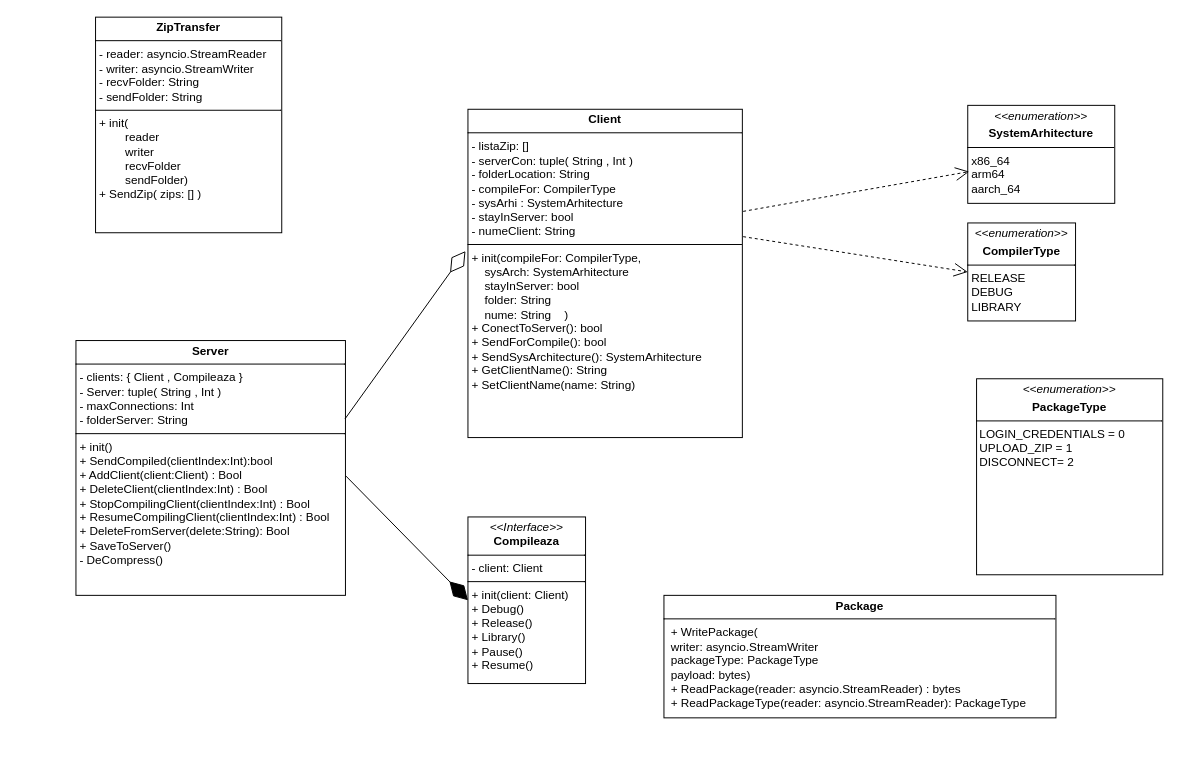
Above: uml.drawio in pentrudiverse02-design/appCompilare (draw.io), before the change. Source tidied: cells renumbered, new cells numbered last; positions are measured from the earlier drawing's top-left corner, leaving out a move shared by most shapes. Both pictures are drawn from the tidied source at 98%, with x=0, y=0 at pixel (75, 17).
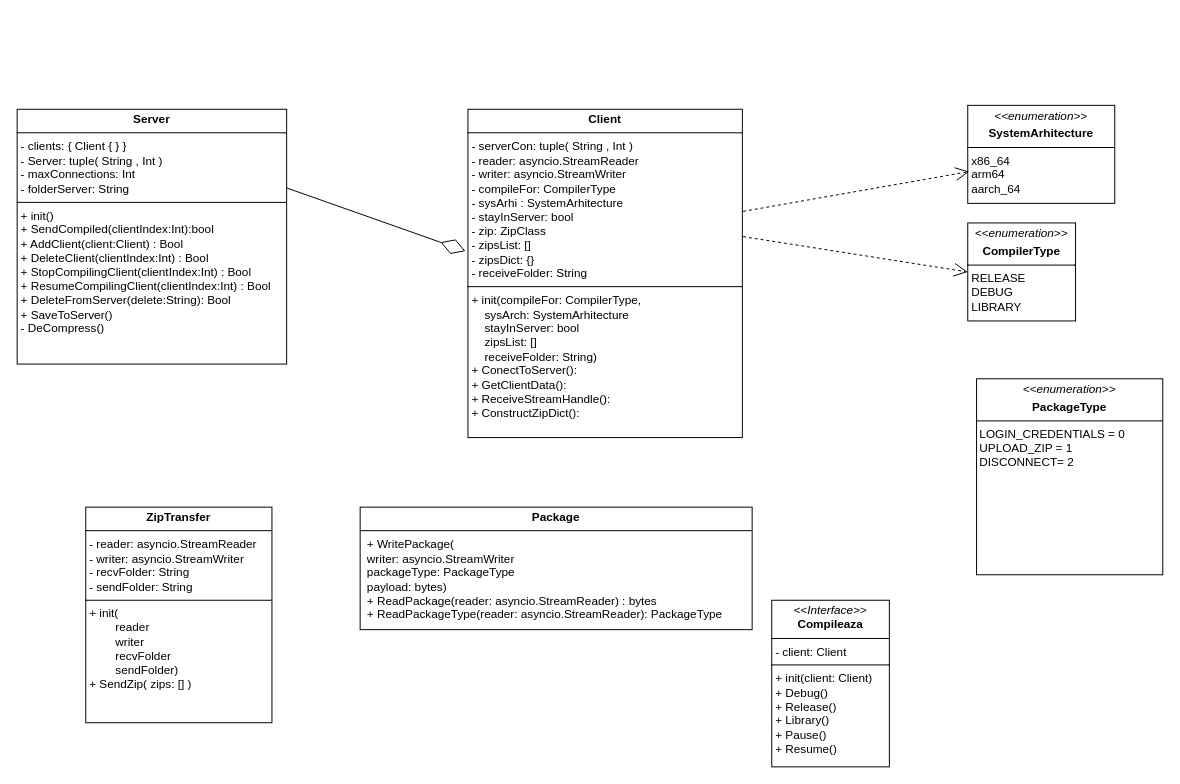
Above is the later version.

Diff of the diagram source:
```diff
@@
 <mxGraphModel>
   <root>
     <mxCell id="0" />
     <mxCell id="1" parent="0" />
     <mxCell id="2" value="&lt;p style=&quot;margin:0px;margin-top:4px;text-align:center;&quot;&gt;&lt;i&gt;&amp;lt;&amp;lt;enumeration&amp;gt;&amp;gt;&lt;/i&gt;&lt;/p&gt;&lt;p style=&quot;margin:0px;margin-top:4px;text-align:center;&quot;&gt;&lt;b&gt;CompilerType&lt;/b&gt;&lt;/p&gt;&lt;hr size=&quot;1&quot; style=&quot;border-style:solid;&quot;&gt;&lt;p style=&quot;margin:0px;margin-left:4px;&quot;&gt;RELEASE&lt;/p&gt;&lt;p style=&quot;margin:0px;margin-left:4px;&quot;&gt;DEBUG&lt;/p&gt;&lt;p style=&quot;margin:0px;margin-left:4px;&quot;&gt;LIBRARY&lt;/p&gt;" style="verticalAlign=top;align=left;overflow=fill;html=1;whiteSpace=wrap;" parent="1" vertex="1">
       <mxGeometry x="910" y="210" width="110" height="100" as="geometry" />
     </mxCell>
     <mxCell id="3" value="&lt;p style=&quot;margin:0px;margin-top:4px;text-align:center;&quot;&gt;&lt;i&gt;&amp;lt;&amp;lt;enumeration&amp;gt;&amp;gt;&lt;/i&gt;&lt;/p&gt;&lt;p style=&quot;margin:0px;margin-top:4px;text-align:center;&quot;&gt;&lt;b&gt;SystemArhitecture&lt;/b&gt;&lt;/p&gt;&lt;hr size=&quot;1&quot; style=&quot;border-style:solid;&quot;&gt;&lt;p style=&quot;margin:0px;margin-left:4px;&quot;&gt;x86_64&lt;/p&gt;&lt;p style=&quot;margin:0px;margin-left:4px;&quot;&gt;arm64&lt;/p&gt;&lt;p style=&quot;margin:0px;margin-left:4px;&quot;&gt;aarch_64&lt;/p&gt;" style="verticalAlign=top;align=left;overflow=fill;html=1;whiteSpace=wrap;" parent="1" vertex="1">
       <mxGeometry x="910" y="90" width="150" height="100" as="geometry" />
     </mxCell>
-    <mxCell id="4" value="&lt;p style=&quot;margin:0px;margin-top:4px;text-align:center;&quot;&gt;&lt;b&gt;Client&lt;/b&gt;&lt;/p&gt;&lt;hr size=&quot;1&quot; style=&quot;border-style:solid;&quot;&gt;&lt;p style=&quot;margin:0px;margin-left:4px;&quot;&gt;- listaZip: []&lt;br&gt;- serverCon: tuple( String , Int )&amp;nbsp;&lt;br&gt;- folderLocation: String&lt;br&gt;- compileFor: CompilerType&lt;br&gt;- sysArhi : SystemArhitecture&lt;br&gt;- stayInServer: bool&lt;br&gt;- numeClient: String&lt;/p&gt;&lt;hr size=&quot;1&quot; style=&quot;border-style:solid;&quot;&gt;&lt;p style=&quot;margin:0px;margin-left:4px;&quot;&gt;+ init(compileFor: CompilerType,&lt;br&gt;&amp;nbsp; &amp;nbsp; sysArch: SystemArhitecture&lt;br&gt;&amp;nbsp; &amp;nbsp; stayInServer: bool&lt;br&gt;&amp;nbsp; &amp;nbsp; folder: String&lt;/p&gt;&lt;p style=&quot;margin:0px;margin-left:4px;&quot;&gt;&amp;nbsp; &amp;nbsp; nume: String&amp;nbsp; &amp;nbsp; )&lt;br&gt;+ ConectToServer(): bool&lt;br&gt;+ SendForCompile(): bool&lt;/p&gt;&lt;p style=&quot;margin:0px;margin-left:4px;&quot;&gt;+ SendSysArchitecture(): SystemArhitecture&lt;/p&gt;&lt;p style=&quot;margin:0px;margin-left:4px;&quot;&gt;+ GetClientName(): String&lt;/p&gt;&lt;p style=&quot;margin:0px;margin-left:4px;&quot;&gt;+ SetClientName(name: String)&lt;/p&gt;" style="verticalAlign=top;align=left;overflow=fill;html=1;whiteSpace=wrap;" parent="1" vertex="1">
+    <mxCell id="4" value="&lt;p style=&quot;margin:0px;margin-top:4px;text-align:center;&quot;&gt;&lt;b&gt;Client&lt;/b&gt;&lt;/p&gt;&lt;hr size=&quot;1&quot; style=&quot;border-style:solid;&quot;&gt;&lt;p style=&quot;margin:0px;margin-left:4px;&quot;&gt;- serverCon: tuple( String , Int )&amp;nbsp;&lt;br&gt;- reader: asyncio.StreamReader&lt;/p&gt;&lt;p style=&quot;margin:0px;margin-left:4px;&quot;&gt;- writer: asyncio.StreamWriter&lt;/p&gt;&lt;p style=&quot;margin:0px;margin-left:4px;&quot;&gt;- compileFor: CompilerType&lt;br&gt;- sysArhi : SystemArhitecture&lt;br&gt;- stayInServer: bool&lt;/p&gt;&lt;p style=&quot;margin:0px;margin-left:4px;&quot;&gt;- zip: ZipClass&lt;/p&gt;&lt;p style=&quot;margin:0px;margin-left:4px;&quot;&gt;&lt;/p&gt;&lt;p style=&quot;margin:0px;margin-left:4px;&quot;&gt;- zipsList: []&lt;/p&gt;&lt;p style=&quot;margin:0px;margin-left:4px;&quot;&gt;- zipsDict: {}&lt;/p&gt;&lt;p style=&quot;margin:0px;margin-left:4px;&quot;&gt;- receiveFolder: String&lt;/p&gt;&lt;hr size=&quot;1&quot; style=&quot;border-style:solid;&quot;&gt;&lt;p style=&quot;margin:0px;margin-left:4px;&quot;&gt;+ init(compileFor: CompilerType,&lt;br&gt;&amp;nbsp; &amp;nbsp; sysArch: SystemArhitecture&lt;br&gt;&amp;nbsp; &amp;nbsp; stayInServer: bool&lt;/p&gt;&lt;p style=&quot;margin:0px;margin-left:4px;&quot;&gt;&amp;nbsp; &amp;nbsp; zipsList: []&lt;br&gt;&amp;nbsp; &amp;nbsp; receiveFolder: String&lt;span style=&quot;background-color: initial;&quot;&gt;)&lt;/span&gt;&lt;/p&gt;&lt;p style=&quot;margin:0px;margin-left:4px;&quot;&gt;+ ConectToServer():&lt;/p&gt;&lt;p style=&quot;margin:0px;margin-left:4px;&quot;&gt;+ GetClientData():&lt;/p&gt;&lt;p style=&quot;margin:0px;margin-left:4px;&quot;&gt;+ ReceiveStreamHandle():&lt;/p&gt;&lt;p style=&quot;margin:0px;margin-left:4px;&quot;&gt;+ ConstructZipDict():&lt;/p&gt;" style="verticalAlign=top;align=left;overflow=fill;html=1;whiteSpace=wrap;" parent="1" vertex="1">
       <mxGeometry x="400" y="94" width="280" height="335" as="geometry" />
     </mxCell>
     <mxCell id="5" style="endArrow=open;endSize=12;dashed=1;html=1;rounded=0;exitX=1.003;exitY=0.388;exitDx=0;exitDy=0;entryX=0;entryY=0.5;entryDx=0;entryDy=0;exitPerimeter=0;" parent="1" edge="1" source="4" target="2">
       <mxGeometry relative="1" as="geometry" />
     </mxCell>
     <mxCell id="6" style="endArrow=open;endSize=12;dashed=1;html=1;rounded=0;exitX=1.003;exitY=0.311;exitDx=0;exitDy=0;entryX=0.01;entryY=0.676;entryDx=0;entryDy=0;exitPerimeter=0;entryPerimeter=0;" parent="1" edge="1" source="4" target="3">
       <mxGeometry relative="1" as="geometry" />
     </mxCell>
-    <mxCell id="7" value="&lt;p style=&quot;margin:0px;margin-top:4px;text-align:center;&quot;&gt;&lt;b&gt;Server&lt;/b&gt;&lt;/p&gt;&lt;hr size=&quot;1&quot; style=&quot;border-style:solid;&quot;&gt;&lt;p style=&quot;margin:0px;margin-left:4px;&quot;&gt;- clients: { Client , Compileaza }&lt;br&gt;- Server: tuple( String , Int )&amp;nbsp;&lt;br&gt;&lt;/p&gt;&lt;p style=&quot;margin:0px;margin-left:4px;&quot;&gt;- maxConnections: Int&lt;/p&gt;&lt;p style=&quot;margin:0px;margin-left:4px;&quot;&gt;- folderServer: String&lt;/p&gt;&lt;hr size=&quot;1&quot; style=&quot;border-style:solid;&quot;&gt;&lt;p style=&quot;margin:0px;margin-left:4px;&quot;&gt;+ init()&lt;br&gt;+ SendCompiled(clientIndex:Int):bool&lt;/p&gt;&lt;p style=&quot;margin:0px;margin-left:4px;&quot;&gt;+ AddClient(client:Client) : Bool&amp;nbsp; &amp;nbsp;&amp;nbsp;&lt;br&gt;+ DeleteClient(clientIndex:Int) : Bool&lt;br&gt;+ StopCompilingClient(clientIndex:Int) : Bool&amp;nbsp;&lt;br&gt;+ ResumeCompilingClient(clientIndex:Int) : Bool&lt;br&gt;+ DeleteFromServer(delete:String): Bool&lt;br&gt;+ SaveToServer()&lt;br&gt;- DeCompress()&lt;/p&gt;" style="verticalAlign=top;align=left;overflow=fill;html=1;whiteSpace=wrap;" parent="1" vertex="1">
-      <mxGeometry y="330" width="275" height="260" as="geometry" />
+    <mxCell id="7" value="&lt;p style=&quot;margin:0px;margin-top:4px;text-align:center;&quot;&gt;&lt;b&gt;Server&lt;/b&gt;&lt;/p&gt;&lt;hr size=&quot;1&quot; style=&quot;border-style:solid;&quot;&gt;&lt;p style=&quot;margin:0px;margin-left:4px;&quot;&gt;- clients: { Client { } }&lt;br&gt;- Server: tuple( String , Int )&amp;nbsp;&lt;br&gt;&lt;/p&gt;&lt;p style=&quot;margin:0px;margin-left:4px;&quot;&gt;- maxConnections: Int&lt;/p&gt;&lt;p style=&quot;margin:0px;margin-left:4px;&quot;&gt;- folderServer: String&lt;/p&gt;&lt;hr size=&quot;1&quot; style=&quot;border-style:solid;&quot;&gt;&lt;p style=&quot;margin:0px;margin-left:4px;&quot;&gt;+ init()&lt;br&gt;+ SendCompiled(clientIndex:Int):bool&lt;/p&gt;&lt;p style=&quot;margin:0px;margin-left:4px;&quot;&gt;+ AddClient(client:Client) : Bool&amp;nbsp; &amp;nbsp;&amp;nbsp;&lt;br&gt;+ DeleteClient(clientIndex:Int) : Bool&lt;br&gt;+ StopCompilingClient(clientIndex:Int) : Bool&amp;nbsp;&lt;br&gt;+ ResumeCompilingClient(clientIndex:Int) : Bool&lt;br&gt;+ DeleteFromServer(delete:String): Bool&lt;br&gt;+ SaveToServer()&lt;br&gt;- DeCompress()&lt;/p&gt;" style="verticalAlign=top;align=left;overflow=fill;html=1;whiteSpace=wrap;" parent="1" vertex="1">
+      <mxGeometry x="-60" y="94" width="275" height="260" as="geometry" />
     </mxCell>
     <mxCell id="8" value="&lt;p style=&quot;margin:0px;margin-top:4px;text-align:center;&quot;&gt;&lt;i&gt;&amp;lt;&amp;lt;Interface&amp;gt;&amp;gt;&lt;/i&gt;&lt;br&gt;&lt;b&gt;Compileaza&lt;/b&gt;&lt;/p&gt;&lt;hr size=&quot;1&quot; style=&quot;border-style:solid;&quot;&gt;&lt;p style=&quot;margin:0px;margin-left:4px;&quot;&gt;- client: Client&lt;/p&gt;&lt;hr size=&quot;1&quot; style=&quot;border-style:solid;&quot;&gt;&lt;p style=&quot;margin:0px;margin-left:4px;&quot;&gt;+ init(client: Client)&lt;/p&gt;&lt;p style=&quot;margin:0px;margin-left:4px;&quot;&gt;+ Debug()&lt;/p&gt;&lt;p style=&quot;margin:0px;margin-left:4px;&quot;&gt;+ Release()&lt;/p&gt;&lt;p style=&quot;margin:0px;margin-left:4px;&quot;&gt;+ Library()&lt;/p&gt;&lt;p style=&quot;margin:0px;margin-left:4px;&quot;&gt;+ Pause()&lt;/p&gt;&lt;p style=&quot;margin:0px;margin-left:4px;&quot;&gt;+ Resume()&lt;/p&gt;" style="verticalAlign=top;align=left;overflow=fill;html=1;whiteSpace=wrap;" parent="1" vertex="1">
-      <mxGeometry x="400" y="510" width="120" height="170" as="geometry" />
+      <mxGeometry x="710" y="595" width="120" height="170" as="geometry" />
     </mxCell>
     <mxCell id="9" style="endArrow=diamondThin;endFill=0;endSize=24;html=1;rounded=0;exitX=0.998;exitY=0.308;exitDx=0;exitDy=0;exitPerimeter=0;entryX=-0.009;entryY=0.432;entryDx=0;entryDy=0;entryPerimeter=0;" parent="1" edge="1" source="7" target="4">
       <mxGeometry relative="1" as="geometry" />
     </mxCell>
-    <mxCell id="10" style="endArrow=diamondThin;endFill=1;endSize=24;html=1;rounded=0;entryX=0;entryY=0.5;entryDx=0;entryDy=0;exitX=1.002;exitY=0.532;exitDx=0;exitDy=0;exitPerimeter=0;" parent="1" edge="1" source="7" target="8">
-      <mxGeometry relative="1" as="geometry" />
-    </mxCell>
     <mxCell id="11" value="&lt;p style=&quot;margin:0px;margin-top:4px;text-align:center;&quot;&gt;&lt;b&gt;ZipTransfer&lt;/b&gt;&lt;/p&gt;&lt;hr size=&quot;1&quot; style=&quot;border-style:solid;&quot;&gt;&lt;p style=&quot;margin:0px;margin-left:4px;&quot;&gt;- reader: asyncio.StreamReader&lt;br&gt;&lt;/p&gt;&lt;p style=&quot;margin:0px;margin-left:4px;&quot;&gt;- writer: asyncio.StreamWriter&lt;/p&gt;&lt;p style=&quot;margin:0px;margin-left:4px;&quot;&gt;- recvFolder: String&lt;/p&gt;&lt;p style=&quot;margin:0px;margin-left:4px;&quot;&gt;- sendFolder: String&lt;/p&gt;&lt;hr size=&quot;1&quot; style=&quot;border-style:solid;&quot;&gt;&lt;p style=&quot;margin:0px;margin-left:4px;&quot;&gt;+ init(&lt;/p&gt;&lt;p style=&quot;margin:0px;margin-left:4px;&quot;&gt;&lt;span style=&quot;white-space: pre;&quot;&gt;&#9;&lt;/span&gt;reader&lt;/p&gt;&lt;p style=&quot;margin:0px;margin-left:4px;&quot;&gt;&lt;span style=&quot;white-space: pre;&quot;&gt;&#9;&lt;/span&gt;writer&lt;/p&gt;&lt;p style=&quot;margin:0px;margin-left:4px;&quot;&gt;&lt;span style=&quot;white-space: pre;&quot;&gt;&#9;&lt;/span&gt;recvFolder&lt;/p&gt;&lt;p style=&quot;margin:0px;margin-left:4px;&quot;&gt;&lt;span style=&quot;white-space: pre;&quot;&gt;&#9;&lt;/span&gt;sendFolder)&lt;br&gt;+ SendZip( zips: [] )&lt;/p&gt;" style="verticalAlign=top;align=left;overflow=fill;html=1;whiteSpace=wrap;" parent="1" vertex="1">
-      <mxGeometry x="20" width="190" height="220" as="geometry" />
+      <mxGeometry x="10" y="500" width="190" height="220" as="geometry" />
     </mxCell>
     <mxCell id="12" value="&lt;p style=&quot;margin:0px;margin-top:4px;text-align:center;&quot;&gt;&lt;i&gt;&amp;lt;&amp;lt;enumeration&amp;gt;&amp;gt;&lt;/i&gt;&lt;/p&gt;&lt;p style=&quot;margin:0px;margin-top:4px;text-align:center;&quot;&gt;&lt;b&gt;PackageType&lt;/b&gt;&lt;/p&gt;&lt;hr size=&quot;1&quot; style=&quot;border-style:solid;&quot;&gt;&amp;nbsp;LOGIN_CREDENTIALS = 0&lt;br&gt;&amp;nbsp;UPLOAD_ZIP = 1&lt;br&gt;&amp;nbsp;DISCONNECT= 2&lt;br&gt;&lt;p style=&quot;margin:0px;margin-left:4px;&quot;&gt;&lt;/p&gt;&lt;p style=&quot;margin:0px;margin-left:4px;&quot;&gt;&lt;/p&gt;&lt;p style=&quot;margin:0px;margin-left:4px;&quot;&gt;&lt;/p&gt;" style="verticalAlign=top;align=left;overflow=fill;html=1;whiteSpace=wrap;" parent="1" vertex="1">
       <mxGeometry x="919" y="369" width="190" height="200" as="geometry" />
     </mxCell>
     <mxCell id="13" value="&lt;p style=&quot;margin:0px;margin-top:4px;text-align:center;&quot;&gt;&lt;b&gt;Package&lt;/b&gt;&lt;/p&gt;&lt;hr size=&quot;1&quot; style=&quot;border-style:solid;&quot;&gt;&lt;p style=&quot;margin:0px;margin-left:4px;&quot;&gt;&amp;nbsp;+ WritePackage(&lt;/p&gt;&lt;p style=&quot;margin:0px;margin-left:4px;&quot;&gt;&lt;span style=&quot;background-color: initial;&quot;&gt;&lt;span style=&quot;&quot;&gt;&lt;span style=&quot;white-space: pre;&quot;&gt;&amp;nbsp;&lt;/span&gt;&lt;/span&gt;writer: asyncio.StreamWriter&lt;/span&gt;&lt;/p&gt;&lt;p style=&quot;margin:0px;margin-left:4px;&quot;&gt;&lt;span style=&quot;background-color: initial;&quot;&gt;&lt;span style=&quot;&quot;&gt;&lt;span style=&quot;white-space: pre;&quot;&gt;&amp;nbsp;&lt;/span&gt;&lt;/span&gt;packageType: PackageType&amp;nbsp;&lt;/span&gt;&lt;/p&gt;&lt;p style=&quot;margin:0px;margin-left:4px;&quot;&gt;&lt;span style=&quot;background-color: initial;&quot;&gt;&lt;span style=&quot;&quot;&gt;&lt;span style=&quot;white-space: pre;&quot;&gt;&amp;nbsp;&lt;/span&gt;&lt;/span&gt;payload: bytes)&lt;/span&gt;&lt;/p&gt;&lt;p style=&quot;margin:0px;margin-left:4px;&quot;&gt;&lt;span style=&quot;background-color: initial;&quot;&gt;&amp;nbsp;+ ReadPackage(reader: asyncio.StreamReader) : bytes&lt;/span&gt;&lt;/p&gt;&lt;p style=&quot;margin:0px;margin-left:4px;&quot;&gt;&lt;span style=&quot;background-color: initial;&quot;&gt;&amp;nbsp;+ ReadPackageType(reader: asyncio.StreamReader): PackageType&amp;nbsp;&lt;/span&gt;&lt;/p&gt;&lt;p style=&quot;margin:0px;margin-left:4px;&quot;&gt;&lt;/p&gt;&lt;p style=&quot;margin:0px;margin-left:4px;&quot;&gt;&lt;/p&gt;&lt;p style=&quot;margin:0px;margin-left:4px;&quot;&gt;&lt;/p&gt;" style="verticalAlign=top;align=left;overflow=fill;html=1;whiteSpace=wrap;" parent="1" vertex="1">
-      <mxGeometry x="600" y="590" width="400" height="125" as="geometry" />
+      <mxGeometry x="290" y="500" width="400" height="125" as="geometry" />
     </mxCell>
   </root>
 </mxGraphModel>
```
